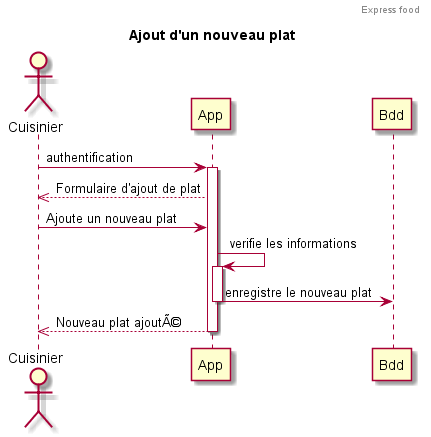
Before: Add.png, a diagram exported from PlantUML (ArtGM/express-food).
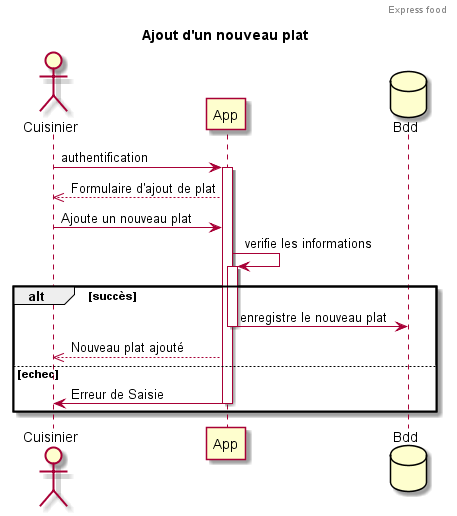
After the commit.

Change to the diagram source:
```diff
@@ -2,15 +2,20 @@
 header Express food
 title Ajout d'un nouveau plat
 actor Cuisinier
+participant App
+database Bdd
 Cuisinier -> App: authentification
 activate App
 App -->> Cuisinier: Formulaire d'ajout de plat
 Cuisinier -> App: Ajoute un nouveau plat
 App -> App: verifie les informations
 activate App
+alt succès
 App -> Bdd: enregistre le nouveau plat
 deactivate App
-App -->> Cuisinier: Nouveau plat ajoutÃ©
+App -->> Cuisinier: Nouveau plat ajouté
+else echec
+App -> Cuisinier: Erreur de Saisie
 deactivate App
-
+end
 @enduml
```
